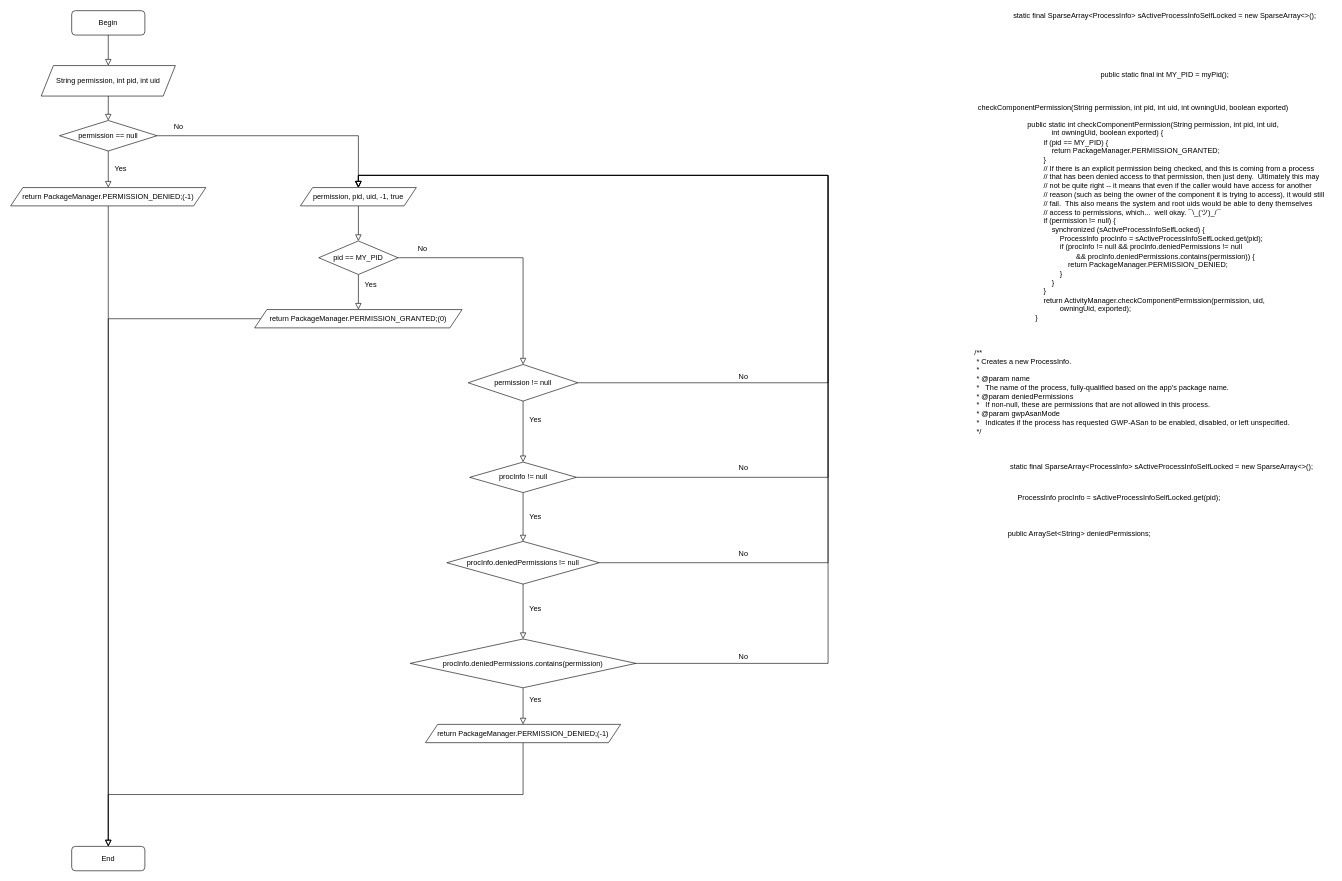
fuhailong1998/drawio keeps this draw.io diagram as checkPermission.drawio. Above is the earlier version. Source tidied: cells renumbered, new cells numbered last; positions are measured from the earlier drawing's top-left corner, leaving out a move shared by most shapes. Both pictures are drawn from the tidied source at 61%, with x=0, y=0 at pixel (10, 10).
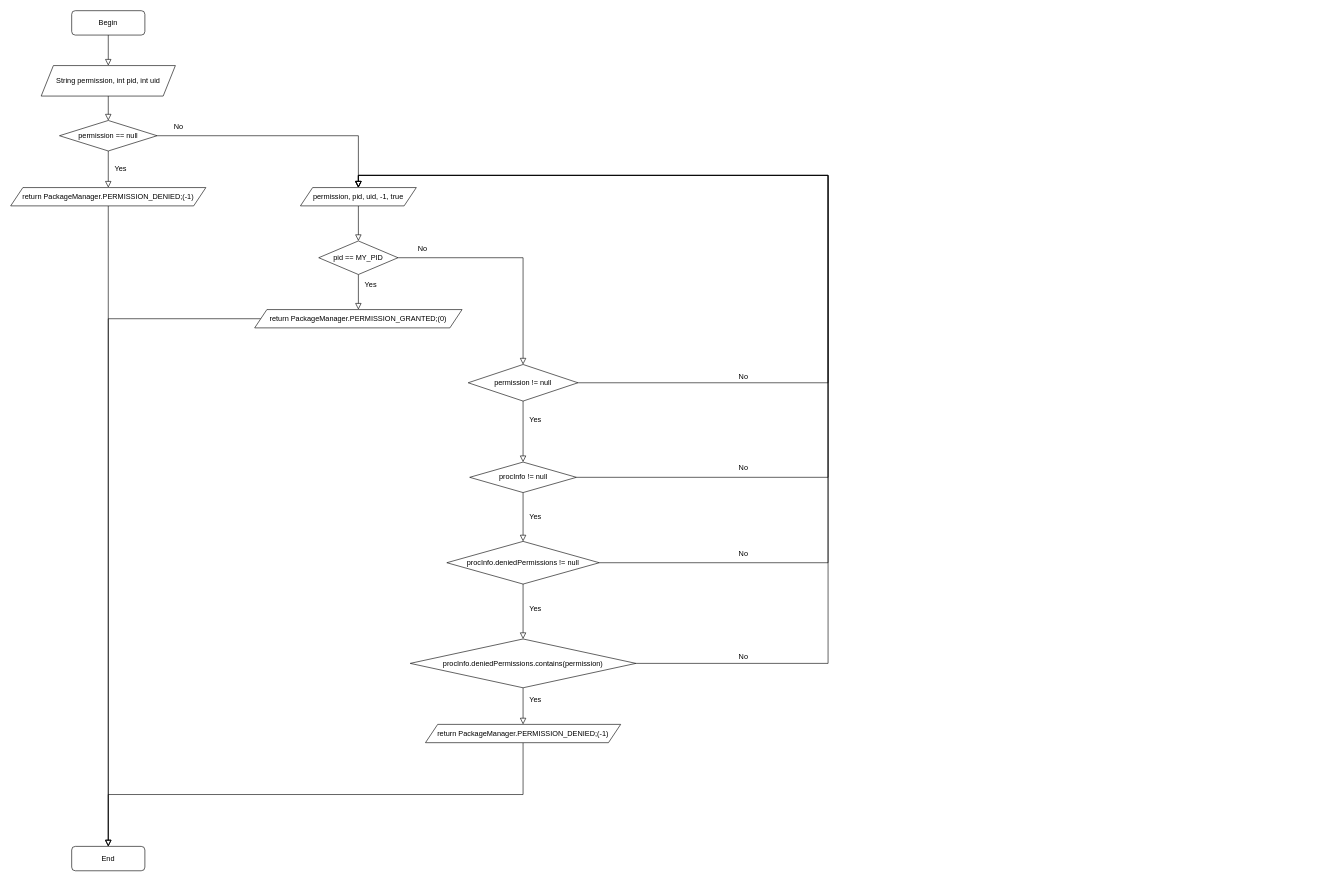
Above is the later version.

The edit, as a diff of the source:
```diff
@@
-    <mxCell id="26" value="&amp;nbsp; &amp;nbsp; public static final int MY_PID = myPid();" style="text;html=1;align=center;verticalAlign=middle;strokeColor=none;" parent="1" vertex="1">
-      <mxGeometry x="1765" y="95" width="240" height="20" as="geometry" />
-    </mxCell>
-    <mxCell id="27" value="&lt;span&gt;public static int checkComponentPermission(String permission, int pid, int uid,&lt;/span&gt;&lt;div&gt;&amp;nbsp; &amp;nbsp; &amp;nbsp; &amp;nbsp; &amp;nbsp; &amp;nbsp; int owningUid, boolean exported) {&lt;/div&gt;&lt;div&gt;&amp;nbsp; &amp;nbsp; &amp;nbsp; &amp;nbsp; if (pid == MY_PID) {&lt;/div&gt;&lt;div&gt;&amp;nbsp; &amp;nbsp; &amp;nbsp; &amp;nbsp; &amp;nbsp; &amp;nbsp; return PackageManager.PERMISSION_GRANTED;&lt;/div&gt;&lt;div&gt;&amp;nbsp; &amp;nbsp; &amp;nbsp; &amp;nbsp; }&lt;/div&gt;&lt;div&gt;&amp;nbsp; &amp;nbsp; &amp;nbsp; &amp;nbsp; // If there is an explicit permission being checked, and this is coming from a process&lt;/div&gt;&lt;div&gt;&amp;nbsp; &amp;nbsp; &amp;nbsp; &amp;nbsp; // that has been denied access to that permission, then just deny.&amp;nbsp; Ultimately this may&lt;/div&gt;&lt;div&gt;&amp;nbsp; &amp;nbsp; &amp;nbsp; &amp;nbsp; // not be quite right -- it means that even if the caller would have access for another&lt;/div&gt;&lt;div&gt;&amp;nbsp; &amp;nbsp; &amp;nbsp; &amp;nbsp; // reason (such as being the owner of the component it is trying to access), it would still&lt;/div&gt;&lt;div&gt;&amp;nbsp; &amp;nbsp; &amp;nbsp; &amp;nbsp; // fail.&amp;nbsp; This also means the system and root uids would be able to deny themselves&lt;/div&gt;&lt;div&gt;&amp;nbsp; &amp;nbsp; &amp;nbsp; &amp;nbsp; // access to permissions, which...&amp;nbsp; well okay. ¯\_(ツ)_/¯&lt;/div&gt;&lt;div&gt;&amp;nbsp; &amp;nbsp; &amp;nbsp; &amp;nbsp; if (permission != null) {&lt;/div&gt;&lt;div&gt;&amp;nbsp; &amp;nbsp; &amp;nbsp; &amp;nbsp; &amp;nbsp; &amp;nbsp; synchronized (sActiveProcessInfoSelfLocked) {&lt;/div&gt;&lt;div&gt;&amp;nbsp; &amp;nbsp; &amp;nbsp; &amp;nbsp; &amp;nbsp; &amp;nbsp; &amp;nbsp; &amp;nbsp; ProcessInfo procInfo = sActiveProcessInfoSelfLocked.get(pid);&lt;/div&gt;&lt;div&gt;&amp;nbsp; &amp;nbsp; &amp;nbsp; &amp;nbsp; &amp;nbsp; &amp;nbsp; &amp;nbsp; &amp;nbsp; if (procInfo != null &amp;amp;&amp;amp; procInfo.deniedPermissions != null&lt;/div&gt;&lt;div&gt;&amp;nbsp; &amp;nbsp; &amp;nbsp; &amp;nbsp; &amp;nbsp; &amp;nbsp; &amp;nbsp; &amp;nbsp; &amp;nbsp; &amp;nbsp; &amp;nbsp; &amp;nbsp; &amp;amp;&amp;amp; procInfo.deniedPermissions.contains(permission)) {&lt;/div&gt;&lt;div&gt;&amp;nbsp; &amp;nbsp; &amp;nbsp; &amp;nbsp; &amp;nbsp; &amp;nbsp; &amp;nbsp; &amp;nbsp; &amp;nbsp; &amp;nbsp; return PackageManager.PERMISSION_DENIED;&lt;/div&gt;&lt;div&gt;&amp;nbsp; &amp;nbsp; &amp;nbsp; &amp;nbsp; &amp;nbsp; &amp;nbsp; &amp;nbsp; &amp;nbsp; }&lt;/div&gt;&lt;div&gt;&amp;nbsp; &amp;nbsp; &amp;nbsp; &amp;nbsp; &amp;nbsp; &amp;nbsp; }&lt;/div&gt;&lt;div&gt;&amp;nbsp; &amp;nbsp; &amp;nbsp; &amp;nbsp; }&lt;/div&gt;&lt;div&gt;&amp;nbsp; &amp;nbsp; &amp;nbsp; &amp;nbsp; return ActivityManager.checkComponentPermission(permission, uid,&lt;/div&gt;&lt;div&gt;&amp;nbsp; &amp;nbsp; &amp;nbsp; &amp;nbsp; &amp;nbsp; &amp;nbsp; &amp;nbsp; &amp;nbsp; owningUid, exported);&lt;/div&gt;&lt;div&gt;&amp;nbsp; &amp;nbsp; }&lt;/div&gt;" style="text;html=1;align=left;verticalAlign=middle;strokeColor=none;" parent="1" vertex="1">
-      <mxGeometry x="1665" y="180" width="500" height="330" as="geometry" />
-    </mxCell>
@@
-    <mxCell id="36" value="&lt;div&gt;&amp;nbsp; &amp;nbsp; static final SparseArray&amp;lt;ProcessInfo&amp;gt; sActiveProcessInfoSelfLocked = new SparseArray&amp;lt;&amp;gt;();&lt;/div&gt;&lt;div&gt;&lt;br&gt;&lt;/div&gt;" style="text;html=1;align=center;verticalAlign=middle;strokeColor=none;" parent="1" vertex="1">
-      <mxGeometry x="1620" width="530" height="30" as="geometry" />
-    </mxCell>
-    <mxCell id="37" value="&lt;div&gt;checkComponentPermission(String permission, int pid, int uid,&lt;span&gt;&amp;nbsp;int owningUid, boolean exported)&lt;/span&gt;&lt;/div&gt;" style="text;html=1;align=center;verticalAlign=middle;strokeColor=none;" parent="1" vertex="1">
-      <mxGeometry x="1580" y="150" width="520" height="20" as="geometry" />
-    </mxCell>
-    <mxCell id="38" value="&lt;div&gt;&amp;nbsp; &amp;nbsp; static final SparseArray&amp;lt;ProcessInfo&amp;gt; sActiveProcessInfoSelfLocked = new SparseArray&amp;lt;&amp;gt;();&lt;/div&gt;&lt;div&gt;&lt;br&gt;&lt;/div&gt;" style="text;html=1;align=center;verticalAlign=middle;strokeColor=none;" parent="1" vertex="1">
-      <mxGeometry x="1615" y="740" width="530" height="30" as="geometry" />
-    </mxCell>
-    <mxCell id="39" value="&lt;div&gt;&amp;nbsp; &amp;nbsp; &amp;nbsp; &amp;nbsp; &amp;nbsp; &amp;nbsp; &amp;nbsp; &amp;nbsp; ProcessInfo procInfo = sActiveProcessInfoSelfLocked.get(pid);&lt;/div&gt;&lt;div&gt;&lt;br&gt;&lt;/div&gt;" style="text;html=1;align=center;verticalAlign=middle;strokeColor=none;" parent="1" vertex="1">
-      <mxGeometry x="1590" y="790" width="400" height="30" as="geometry" />
-    </mxCell>
-    <mxCell id="40" value="&lt;div&gt;&amp;nbsp; &amp;nbsp; public ArraySet&amp;lt;String&amp;gt; deniedPermissions;&lt;/div&gt;&lt;div&gt;&lt;br&gt;&lt;/div&gt;" style="text;html=1;align=center;verticalAlign=middle;strokeColor=none;" parent="1" vertex="1">
-      <mxGeometry x="1615" y="850" width="260" height="30" as="geometry" />
-    </mxCell>
-    <mxCell id="41" value="&lt;div&gt;&amp;nbsp; &amp;nbsp; /**&lt;/div&gt;&lt;div&gt;&amp;nbsp; &amp;nbsp; &amp;nbsp;* Creates a new ProcessInfo.&lt;/div&gt;&lt;div&gt;&amp;nbsp; &amp;nbsp; &amp;nbsp;*&lt;/div&gt;&lt;div&gt;&amp;nbsp; &amp;nbsp; &amp;nbsp;* @param name&lt;/div&gt;&lt;div&gt;&amp;nbsp; &amp;nbsp; &amp;nbsp;*&amp;nbsp; &amp;nbsp;The name of the process, fully-qualified based on the app's package name.&lt;/div&gt;&lt;div&gt;&amp;nbsp; &amp;nbsp; &amp;nbsp;* @param deniedPermissions&lt;/div&gt;&lt;div&gt;&amp;nbsp; &amp;nbsp; &amp;nbsp;*&amp;nbsp; &amp;nbsp;If non-null, these are permissions that are not allowed in this process.&lt;/div&gt;&lt;div&gt;&amp;nbsp; &amp;nbsp; &amp;nbsp;* @param gwpAsanMode&lt;/div&gt;&lt;div&gt;&amp;nbsp; &amp;nbsp; &amp;nbsp;*&amp;nbsp; &amp;nbsp;Indicates if the process has requested GWP-ASan to be enabled, disabled, or left unspecified.&lt;/div&gt;&lt;div&gt;&amp;nbsp; &amp;nbsp; &amp;nbsp;*/&lt;/div&gt;" style="text;html=1;align=left;verticalAlign=middle;strokeColor=none;" parent="1" vertex="1">
-      <mxGeometry x="1565" y="550" width="550" height="150" as="geometry" />
-    </mxCell>
```
